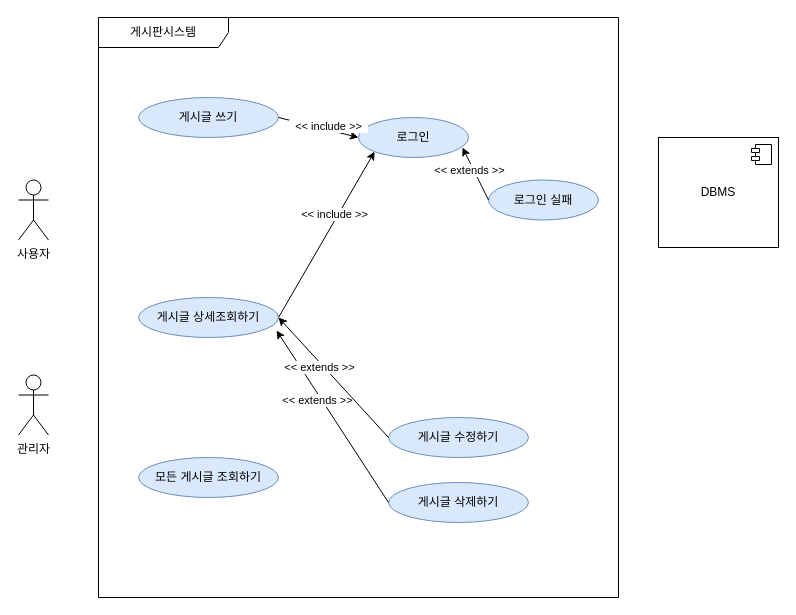
This is 제목 없는 다이어그램.drawio from DojinP/erp, a draw.io file, before an edit. Source tidied: cells renumbered, new cells numbered last; positions are measured from the earlier drawing's top-left corner, leaving out a move shared by most shapes. Both pictures are drawn from the tidied source at 100%, with x=0, y=0 at pixel (18, 17).
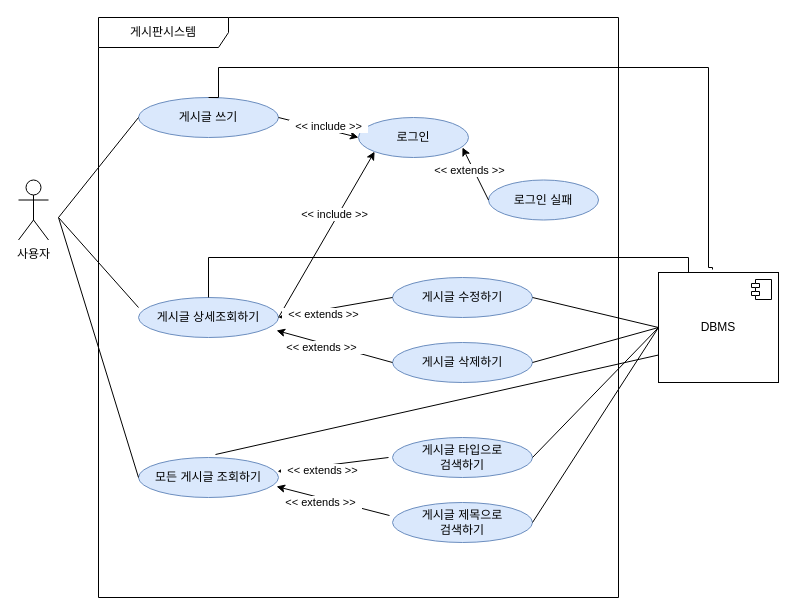
The same diagram, later.

Commit message:
제목 없는 다이어그램.drawio 업데이트

Unchanged cells that the change refers to:
```xml
<mxCell id="7" value="게시글 쓰기" style="ellipse;whiteSpace=wrap;html=1;fillColor=#dae8fc;strokeColor=#6c8ebf;" parent="1" vertex="1">
  <mxGeometry x="120" y="80" width="140" height="40" as="geometry" />
</mxCell>
<mxCell id="9" value="게시글 상세조회하기" style="ellipse;whiteSpace=wrap;html=1;fillColor=#dae8fc;strokeColor=#6c8ebf;" parent="1" vertex="1">
  <mxGeometry x="120" y="280" width="140" height="40" as="geometry" />
</mxCell>
<mxCell id="10" value="모든 게시글 조회하기" style="ellipse;whiteSpace=wrap;html=1;fillColor=#dae8fc;strokeColor=#6c8ebf;" parent="1" vertex="1">
  <mxGeometry x="120" y="440" width="140" height="40" as="geometry" />
</mxCell>
```

What changed in the source:
```diff
@@
     <mxCell id="2" value="DBMS" style="html=1;whiteSpace=wrap;" parent="1" vertex="1">
-      <mxGeometry x="640" y="120" width="120" height="110" as="geometry" />
+      <mxGeometry x="640" y="255" width="120" height="110" as="geometry" />
     </mxCell>
@@
-    <mxCell id="5" value="관리자" style="shape=umlActor;verticalLabelPosition=bottom;verticalAlign=top;html=1;" parent="1" vertex="1">
-      <mxGeometry y="357.5" width="30" height="60" as="geometry" />
-    </mxCell>
@@
     <mxCell id="8" value="게시글 수정하기" style="ellipse;whiteSpace=wrap;html=1;fillColor=#dae8fc;strokeColor=#6c8ebf;" parent="1" vertex="1">
-      <mxGeometry x="370" y="400" width="140" height="40" as="geometry" />
+      <mxGeometry x="374" y="260" width="140" height="40" as="geometry" />
     </mxCell>
@@
     <mxCell id="11" value="게시글 삭제하기" style="ellipse;whiteSpace=wrap;html=1;fillColor=#dae8fc;strokeColor=#6c8ebf;" parent="1" vertex="1">
-      <mxGeometry x="370" y="465" width="140" height="40" as="geometry" />
+      <mxGeometry x="374" y="325" width="140" height="40" as="geometry" />
     </mxCell>
@@
+    <mxCell id="24" style="endArrow=none;html=1;rounded=0;entryX=0;entryY=0.5;entryDx=0;entryDy=0;" parent="1" edge="1" target="10">
+      <mxGeometry relative="1" as="geometry">
+        <mxPoint x="40" y="200" as="sourcePoint" />
+      </mxGeometry>
+    </mxCell>
+    <mxCell id="25" style="endArrow=none;html=1;rounded=0;entryX=0;entryY=0.25;entryDx=0;entryDy=0;entryPerimeter=0;" parent="1" edge="1" target="9">
+      <mxGeometry relative="1" as="geometry">
+        <mxPoint x="40" y="200" as="sourcePoint" />
+      </mxGeometry>
+    </mxCell>
+    <mxCell id="26" style="endArrow=none;html=1;rounded=0;entryX=0;entryY=0.5;entryDx=0;entryDy=0;" parent="1" edge="1" target="7">
+      <mxGeometry relative="1" as="geometry">
+        <mxPoint x="40" y="200" as="sourcePoint" />
+      </mxGeometry>
+    </mxCell>
+    <mxCell id="27" value="게시글 타입으로 &lt;br&gt;검색하기" style="ellipse;whiteSpace=wrap;html=1;fillColor=#dae8fc;strokeColor=#6c8ebf;" parent="1" vertex="1">
+      <mxGeometry x="374" y="420" width="140" height="40" as="geometry" />
+    </mxCell>
+    <mxCell id="28" value="게시글 제목으로&lt;br&gt;검색하기" style="ellipse;whiteSpace=wrap;html=1;fillColor=#dae8fc;strokeColor=#6c8ebf;" parent="1" vertex="1">
+      <mxGeometry x="374" y="485" width="140" height="40" as="geometry" />
+    </mxCell>
+    <mxCell id="29" style="endArrow=classic;html=1;rounded=0;entryX=0.993;entryY=0.35;entryDx=0;entryDy=0;endFill=1;entryPerimeter=0;" parent="1" edge="1" target="10">
+      <mxGeometry relative="1" as="geometry">
+        <mxPoint x="370" y="440" as="sourcePoint" />
+      </mxGeometry>
+    </mxCell>
+    <mxCell id="30" value="&amp;nbsp; &amp;lt;&amp;lt; extends&amp;nbsp;&amp;gt;&amp;gt;&amp;nbsp;&amp;nbsp;" style="edgeLabel;html=1;align=center;verticalAlign=middle;" parent="29" vertex="1">
+      <mxGeometry x="0.22" y="4" relative="1" as="geometry" />
+    </mxCell>
+    <mxCell id="31" style="endArrow=classic;html=1;rounded=0;entryX=0.986;entryY=0.725;entryDx=0;entryDy=0;endFill=1;entryPerimeter=0;" parent="1" edge="1" target="10">
+      <mxGeometry relative="1" as="geometry">
+        <mxPoint x="371" y="498" as="sourcePoint" />
+      </mxGeometry>
+    </mxCell>
+    <mxCell id="32" value="&amp;nbsp; &amp;lt;&amp;lt; extends&amp;nbsp;&amp;gt;&amp;gt;&amp;nbsp;&amp;nbsp;" style="edgeLabel;html=1;align=center;verticalAlign=middle;" parent="31" vertex="1">
+      <mxGeometry x="0.22" y="4" relative="1" as="geometry" />
+    </mxCell>
+    <mxCell id="33" style="endArrow=none;html=1;rounded=0;entryX=0;entryY=0.5;entryDx=0;entryDy=0;exitX=1;exitY=0.5;exitDx=0;exitDy=0;" parent="1" edge="1" source="8" target="2">
+      <mxGeometry relative="1" as="geometry" />
+    </mxCell>
+    <mxCell id="34" style="endArrow=none;html=1;rounded=0;exitX=1;exitY=0.5;exitDx=0;exitDy=0;" parent="1" edge="1" source="11">
+      <mxGeometry relative="1" as="geometry">
+        <mxPoint x="640" y="310" as="targetPoint" />
+      </mxGeometry>
+    </mxCell>
+    <mxCell id="35" style="endArrow=none;html=1;rounded=0;exitX=1;exitY=0.5;exitDx=0;exitDy=0;entryX=0;entryY=0.5;entryDx=0;entryDy=0;" parent="1" edge="1" source="27" target="2">
+      <mxGeometry relative="1" as="geometry" />
+    </mxCell>
+    <mxCell id="36" style="endArrow=none;html=1;rounded=0;exitX=1;exitY=0.5;exitDx=0;exitDy=0;entryX=0;entryY=0.5;entryDx=0;entryDy=0;" parent="1" edge="1" source="28" target="2">
+      <mxGeometry relative="1" as="geometry" />
+    </mxCell>
+    <mxCell id="37" style="endArrow=none;html=1;rounded=0;exitX=0.55;exitY=-0.075;exitDx=0;exitDy=0;exitPerimeter=0;entryX=0;entryY=0.75;entryDx=0;entryDy=0;" parent="1" edge="1" source="10" target="2">
+      <mxGeometry relative="1" as="geometry" />
+    </mxCell>
+    <mxCell id="38" style="endArrow=none;html=1;rounded=0;exitX=0.5;exitY=0;exitDx=0;exitDy=0;entryX=0.25;entryY=0;entryDx=0;entryDy=0;edgeStyle=orthogonalEdgeStyle;" parent="1" edge="1" source="9" target="2">
+      <mxGeometry relative="1" as="geometry">
+        <Array as="points">
+          <mxPoint x="190" y="240" />
+          <mxPoint x="670" y="240" />
+        </Array>
+      </mxGeometry>
+    </mxCell>
+    <mxCell id="39" style="endArrow=none;html=1;rounded=0;exitX=0.5;exitY=0;exitDx=0;exitDy=0;entryX=0.45;entryY=-0.027;entryDx=0;entryDy=0;edgeStyle=orthogonalEdgeStyle;entryPerimeter=0;" parent="1" edge="1" source="7" target="2">
+      <mxGeometry relative="1" as="geometry">
+        <Array as="points">
+          <mxPoint x="200" y="80" />
+          <mxPoint x="200" y="50" />
+          <mxPoint x="690" y="50" />
+          <mxPoint x="690" y="250" />
+          <mxPoint x="694" y="250" />
+        </Array>
+      </mxGeometry>
+    </mxCell>
```
